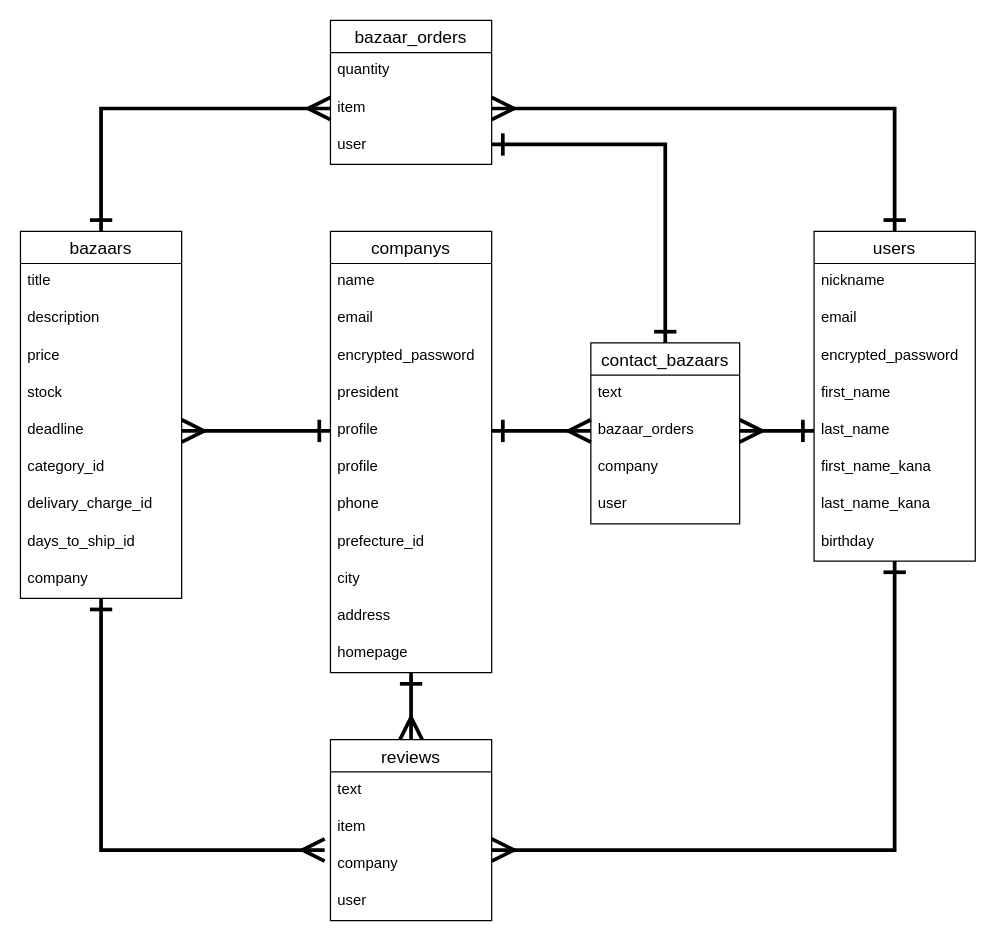
Above: DB_ER_Buzaar.dio in Sashimi0343/losstop (draw.io), before the change. Source tidied: cells renumbered, new cells numbered last; positions are measured from the earlier drawing's top-left corner, leaving out a move shared by most shapes. Both pictures are drawn from the tidied source at 124%, with x=0, y=0 at pixel (20, 20).
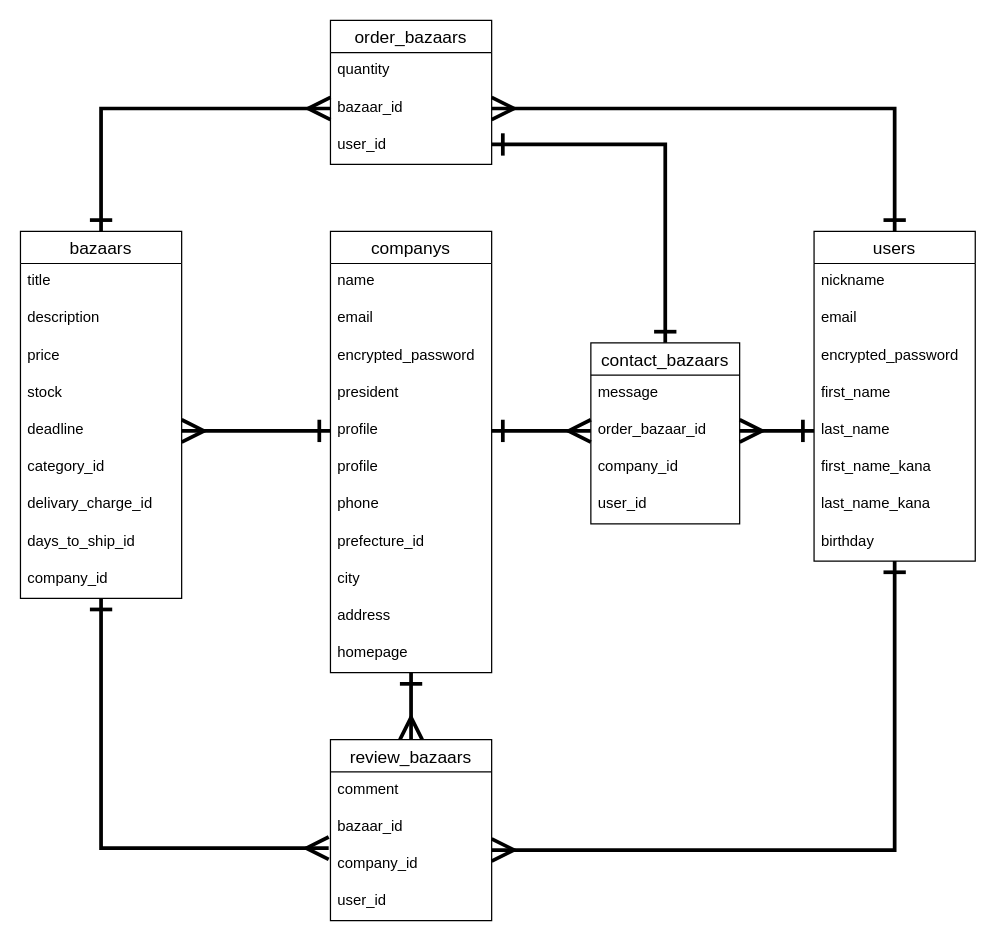
Above is the later version.

Commit message (it also covers changes not shown here):
ER図＆README　加筆・修正

Unchanged cells that the change refers to:
```xml
<mxCell id="15" value="contact_bazaars" style="swimlane;fontStyle=0;horizontal=1;startSize=26;align=center;fontSize=14;" parent="1" vertex="1">
  <mxGeometry x="460" y="260" width="120" height="146" as="geometry" />
</mxCell>
<mxCell id="43" value="bazaars" style="swimlane;fontStyle=0;horizontal=1;startSize=26;align=center;fontSize=14;" parent="1" vertex="1">
  <mxGeometry y="170" width="130" height="296" as="geometry" />
</mxCell>
```

Change to the diagram source:
```diff
@@
-    <mxCell id="16" value="text" style="text;strokeColor=none;fillColor=none;spacingLeft=4;spacingRight=4;overflow=hidden;fontSize=12;" parent="15" vertex="1">
+    <mxCell id="16" value="message" style="text;strokeColor=none;fillColor=none;spacingLeft=4;spacingRight=4;overflow=hidden;fontSize=12;" parent="15" vertex="1">
       <mxGeometry y="26" width="120" height="30" as="geometry" />
     </mxCell>
-    <mxCell id="17" value="bazaar_orders" style="text;strokeColor=none;fillColor=none;spacingLeft=4;spacingRight=4;overflow=hidden;points=[[0,0.5],[1,0.5]];portConstraint=eastwest;fontSize=12;" parent="15" vertex="1">
+    <mxCell id="17" value="order_bazaar_id" style="text;strokeColor=none;fillColor=none;spacingLeft=4;spacingRight=4;overflow=hidden;points=[[0,0.5],[1,0.5]];portConstraint=eastwest;fontSize=12;" parent="15" vertex="1">
       <mxGeometry y="56" width="120" height="30" as="geometry" />
     </mxCell>
-    <mxCell id="18" value="company" style="text;strokeColor=none;fillColor=none;spacingLeft=4;spacingRight=4;overflow=hidden;fontSize=12;" parent="15" vertex="1">
+    <mxCell id="18" value="company_id" style="text;strokeColor=none;fillColor=none;spacingLeft=4;spacingRight=4;overflow=hidden;fontSize=12;" parent="15" vertex="1">
       <mxGeometry y="86" width="120" height="30" as="geometry" />
     </mxCell>
-    <mxCell id="19" value="user" style="text;strokeColor=none;fillColor=none;spacingLeft=4;spacingRight=4;overflow=hidden;fontSize=12;" parent="15" vertex="1">
+    <mxCell id="19" value="user_id" style="text;strokeColor=none;fillColor=none;spacingLeft=4;spacingRight=4;overflow=hidden;fontSize=12;" parent="15" vertex="1">
       <mxGeometry y="116" width="120" height="30" as="geometry" />
     </mxCell>
@@
-    <mxCell id="31" value="reviews" style="swimlane;fontStyle=0;horizontal=1;startSize=26;align=center;fontSize=14;" parent="1" vertex="1">
+    <mxCell id="31" value="review_bazaars" style="swimlane;fontStyle=0;horizontal=1;startSize=26;align=center;fontSize=14;" parent="1" vertex="1">
       <mxGeometry x="250" y="580" width="130" height="146" as="geometry" />
     </mxCell>
-    <mxCell id="32" value="text" style="text;strokeColor=none;fillColor=none;spacingLeft=4;spacingRight=4;overflow=hidden;fontSize=12;" parent="31" vertex="1">
+    <mxCell id="32" value="comment" style="text;strokeColor=none;fillColor=none;spacingLeft=4;spacingRight=4;overflow=hidden;fontSize=12;" parent="31" vertex="1">
       <mxGeometry y="26" width="130" height="30" as="geometry" />
     </mxCell>
-    <mxCell id="33" value="item" style="text;strokeColor=none;fillColor=none;spacingLeft=4;spacingRight=4;overflow=hidden;fontSize=12;" parent="31" vertex="1">
+    <mxCell id="33" value="bazaar_id" style="text;strokeColor=none;fillColor=none;spacingLeft=4;spacingRight=4;overflow=hidden;fontSize=12;" parent="31" vertex="1">
       <mxGeometry y="56" width="130" height="30" as="geometry" />
     </mxCell>
-    <mxCell id="34" value="company" style="text;strokeColor=none;fillColor=none;spacingLeft=4;spacingRight=4;overflow=hidden;points=[[0,0.5],[1,0.5]];portConstraint=eastwest;fontSize=12;" parent="31" vertex="1">
+    <mxCell id="34" value="company_id" style="text;strokeColor=none;fillColor=none;spacingLeft=4;spacingRight=4;overflow=hidden;points=[[0,0.5],[1,0.5]];portConstraint=eastwest;fontSize=12;" parent="31" vertex="1">
       <mxGeometry y="86" width="130" height="30" as="geometry" />
     </mxCell>
-    <mxCell id="35" value="user" style="text;strokeColor=none;fillColor=none;spacingLeft=4;spacingRight=4;overflow=hidden;fontSize=12;" parent="31" vertex="1">
+    <mxCell id="35" value="user_id" style="text;strokeColor=none;fillColor=none;spacingLeft=4;spacingRight=4;overflow=hidden;fontSize=12;" parent="31" vertex="1">
       <mxGeometry y="116" width="130" height="30" as="geometry" />
     </mxCell>
@@
-    <mxCell id="37" value="bazaar_orders" style="swimlane;fontStyle=0;horizontal=1;startSize=26;align=center;fontSize=14;" parent="1" vertex="1">
+    <mxCell id="37" value="order_bazaars" style="swimlane;fontStyle=0;horizontal=1;startSize=26;align=center;fontSize=14;" parent="1" vertex="1">
       <mxGeometry x="250" width="130" height="116" as="geometry" />
     </mxCell>
@@
-    <mxCell id="39" value="item" style="text;strokeColor=none;fillColor=none;spacingLeft=4;spacingRight=4;overflow=hidden;points=[[0,0.5],[1,0.5]];portConstraint=eastwest;fontSize=12;" parent="37" vertex="1">
+    <mxCell id="39" value="bazaar_id" style="text;strokeColor=none;fillColor=none;spacingLeft=4;spacingRight=4;overflow=hidden;points=[[0,0.5],[1,0.5]];portConstraint=eastwest;fontSize=12;" parent="37" vertex="1">
       <mxGeometry y="56" width="130" height="30" as="geometry" />
     </mxCell>
-    <mxCell id="40" value="user" style="text;strokeColor=none;fillColor=none;spacingLeft=4;spacingRight=4;overflow=hidden;fontSize=12;" parent="37" vertex="1">
+    <mxCell id="40" value="user_id" style="text;strokeColor=none;fillColor=none;spacingLeft=4;spacingRight=4;overflow=hidden;fontSize=12;" parent="37" vertex="1">
       <mxGeometry y="86" width="130" height="30" as="geometry" />
     </mxCell>
@@
-    <mxCell id="42" style="edgeStyle=orthogonalEdgeStyle;rounded=0;jumpSize=6;jettySize=auto;html=1;entryX=-0.036;entryY=0.1;entryDx=0;entryDy=0;entryPerimeter=0;startArrow=ERone;startFill=0;startSize=14;endArrow=ERmany;endFill=0;endSize=14;strokeWidth=3;" parent="1" edge="1" source="43" target="34">
+    <mxCell id="42" style="edgeStyle=orthogonalEdgeStyle;rounded=0;jettySize=auto;html=1;entryX=-0.011;entryY=0.051;entryDx=0;entryDy=0;entryPerimeter=0;startArrow=ERone;startFill=0;startSize=14;endArrow=ERmany;endFill=0;endSize=14;strokeWidth=3;" parent="1" edge="1" source="43" target="34">
       <mxGeometry relative="1" as="geometry" />
     </mxCell>
@@
-    <mxCell id="52" value="company" style="text;strokeColor=none;fillColor=none;spacingLeft=4;spacingRight=4;overflow=hidden;fontSize=12;" parent="43" vertex="1">
+    <mxCell id="52" value="company_id" style="text;strokeColor=none;fillColor=none;spacingLeft=4;spacingRight=4;overflow=hidden;fontSize=12;" parent="43" vertex="1">
       <mxGeometry y="266" width="130" height="30" as="geometry" />
     </mxCell>
```
